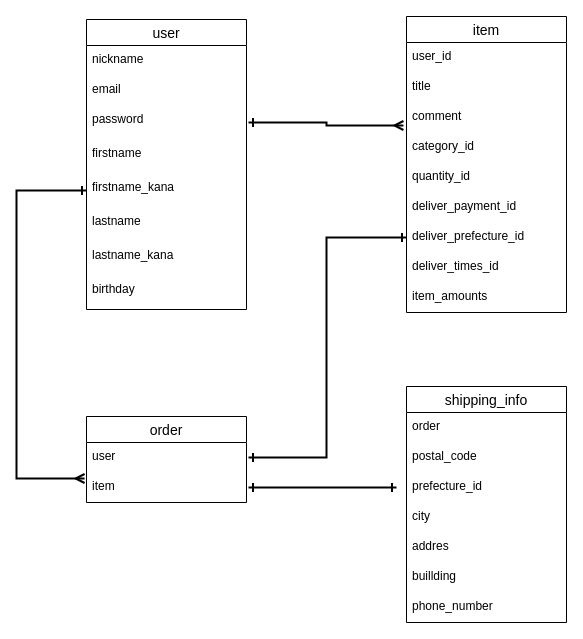
Earlier version of the draw.io diagram test.dio (takaya-kinjo/furima-35167). Source tidied: cells renumbered, new cells numbered last; positions are measured from the earlier drawing's top-left corner, leaving out a move shared by most shapes. Both pictures are drawn from the tidied source at 100%, with x=0, y=0 at pixel (16, 16).
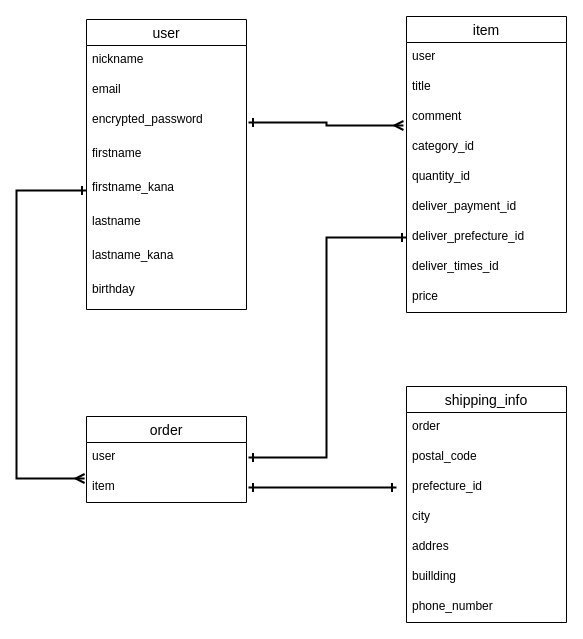
After the change.

The change refers to these unchanged cells:
```xml
<mxCell id="2" value="user" style="swimlane;fontStyle=0;horizontal=1;startSize=26;align=center;fontSize=14;" parent="1" vertex="1">
  <mxGeometry x="70" y="3" width="160" height="290" as="geometry" />
</mxCell>
<mxCell id="11" value="item" style="swimlane;fontStyle=0;horizontal=1;startSize=26;align=center;fontSize=14;" parent="1" vertex="1">
  <mxGeometry x="390" width="160" height="296" as="geometry" />
</mxCell>
```

Diff of the diagram source:
```diff
@@
-    <mxCell id="5" value="password" style="text;strokeColor=none;fillColor=none;spacingLeft=4;spacingRight=4;overflow=hidden;points=[[0,0.5],[1,0.5]];portConstraint=eastwest;fontSize=12;" parent="2" vertex="1">
+    <mxCell id="5" value="encrypted_password" style="text;strokeColor=none;fillColor=none;spacingLeft=4;spacingRight=4;overflow=hidden;points=[[0,0.5],[1,0.5]];portConstraint=eastwest;fontSize=12;" parent="2" vertex="1">
       <mxGeometry y="86" width="160" height="34" as="geometry" />
     </mxCell>
@@
-    <mxCell id="12" value="user_id" style="text;strokeColor=none;fillColor=none;spacingLeft=4;spacingRight=4;overflow=hidden;fontSize=12;" parent="11" vertex="1">
+    <mxCell id="12" value="user" style="text;strokeColor=none;fillColor=none;spacingLeft=4;spacingRight=4;overflow=hidden;fontSize=12;" parent="11" vertex="1">
       <mxGeometry y="26" width="160" height="30" as="geometry" />
     </mxCell>
@@
-    <mxCell id="20" value="item_amounts" style="text;strokeColor=none;fillColor=none;spacingLeft=4;spacingRight=4;overflow=hidden;fontSize=12;" parent="11" vertex="1">
+    <mxCell id="20" value="price" style="text;strokeColor=none;fillColor=none;spacingLeft=4;spacingRight=4;overflow=hidden;fontSize=12;" parent="11" vertex="1">
       <mxGeometry y="266" width="160" height="30" as="geometry" />
     </mxCell>
```
